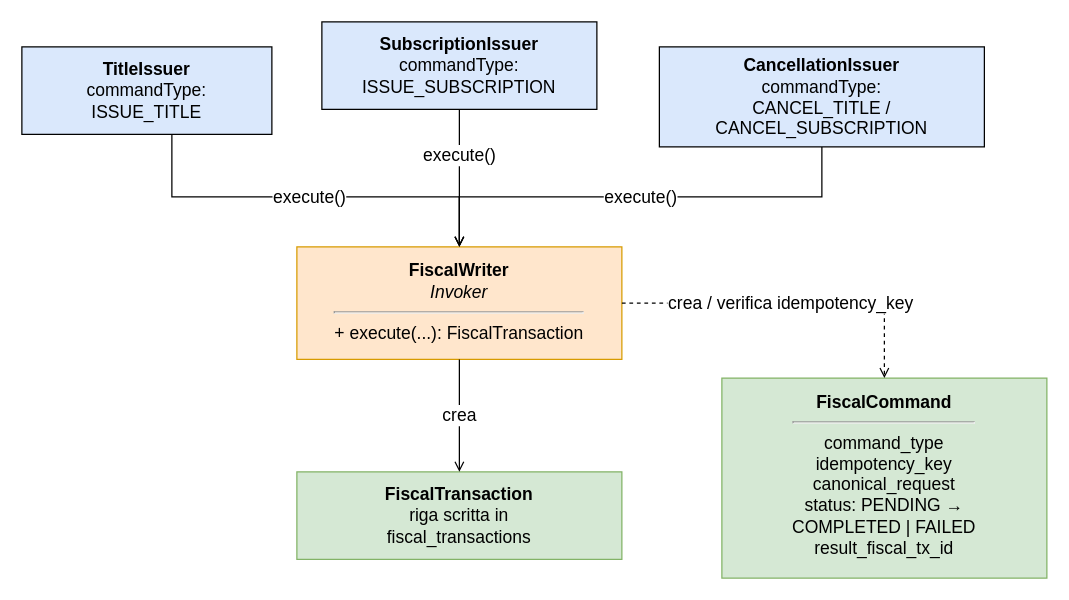
Above: page "command" (18 of 18) of img/diagrams/drawer.drawio in Leddosja/thesis-EdisHodja (draw.io), before the change. Source tidied: cells renumbered, new cells numbered last; positions are measured from the earlier drawing's top-left corner, leaving out a move shared by most shapes. Both pictures are drawn from the tidied source at 125%, with x=0, y=0 at pixel (21, 21).
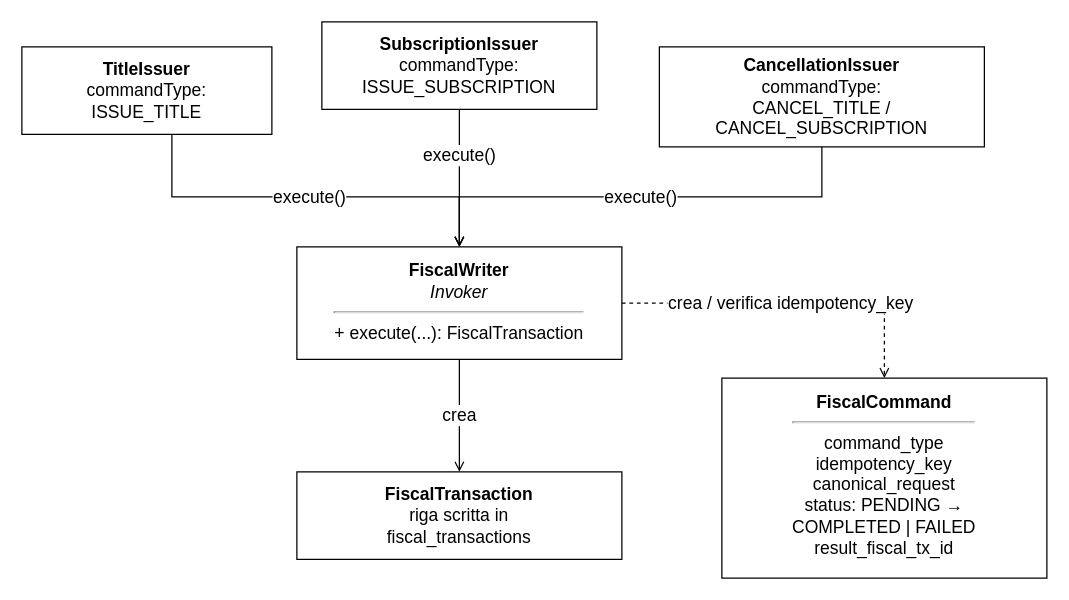
Above is the later version.

Change to the diagram source:
```diff
@@
 <mxGraphModel>
   <root>
     <mxCell id="0" />
     <mxCell id="1" parent="0" />
-    <mxCell id="2" value="&lt;b&gt;TitleIssuer&lt;/b&gt;&lt;br&gt;commandType:&lt;br&gt;ISSUE_TITLE" style="rounded=0;whiteSpace=wrap;html=1;align=center;verticalAlign=middle;fontSize=14;fillColor=#dae8fc;strokeColor=#000000;" parent="1" vertex="1">
+    <mxCell id="2" value="&lt;b&gt;TitleIssuer&lt;/b&gt;&lt;br&gt;commandType:&lt;br&gt;ISSUE_TITLE" style="rounded=0;whiteSpace=wrap;html=1;align=center;verticalAlign=middle;fontSize=14;fillColor=none;strokeColor=#000000;" parent="1" vertex="1">
       <mxGeometry y="20" width="200" height="70" as="geometry" />
     </mxCell>
-    <mxCell id="3" value="&lt;b&gt;SubscriptionIssuer&lt;/b&gt;&lt;br&gt;commandType:&lt;br&gt;ISSUE_SUBSCRIPTION" style="rounded=0;whiteSpace=wrap;html=1;align=center;verticalAlign=middle;fontSize=14;fillColor=#dae8fc;strokeColor=#000000;" parent="1" vertex="1">
+    <mxCell id="3" value="&lt;b&gt;SubscriptionIssuer&lt;/b&gt;&lt;br&gt;commandType:&lt;br&gt;ISSUE_SUBSCRIPTION" style="rounded=0;whiteSpace=wrap;html=1;align=center;verticalAlign=middle;fontSize=14;fillColor=none;strokeColor=#000000;" parent="1" vertex="1">
       <mxGeometry x="240" width="220" height="70" as="geometry" />
     </mxCell>
-    <mxCell id="4" value="&lt;b&gt;CancellationIssuer&lt;/b&gt;&lt;br&gt;commandType:&lt;br&gt;CANCEL_TITLE /&lt;br&gt;CANCEL_SUBSCRIPTION" style="rounded=0;whiteSpace=wrap;html=1;align=center;verticalAlign=middle;fontSize=14;fillColor=#dae8fc;strokeColor=#000000;" parent="1" vertex="1">
+    <mxCell id="4" value="&lt;b&gt;CancellationIssuer&lt;/b&gt;&lt;br&gt;commandType:&lt;br&gt;CANCEL_TITLE /&lt;br&gt;CANCEL_SUBSCRIPTION" style="rounded=0;whiteSpace=wrap;html=1;align=center;verticalAlign=middle;fontSize=14;fillColor=none;strokeColor=#000000;" parent="1" vertex="1">
       <mxGeometry x="510" y="20" width="260" height="80" as="geometry" />
     </mxCell>
-    <mxCell id="5" value="&lt;b&gt;FiscalWriter&lt;/b&gt;&lt;br&gt;&lt;i&gt;Invoker&lt;/i&gt;&lt;hr&gt;+ execute(...): FiscalTransaction" style="rounded=0;whiteSpace=wrap;html=1;align=center;verticalAlign=top;fontSize=14;spacing=6;fillColor=#ffe6cc;strokeColor=#d79b00;" parent="1" vertex="1">
+    <mxCell id="5" value="&lt;b&gt;FiscalWriter&lt;/b&gt;&lt;br&gt;&lt;i&gt;Invoker&lt;/i&gt;&lt;hr&gt;+ execute(...): FiscalTransaction" style="rounded=0;whiteSpace=wrap;html=1;align=center;verticalAlign=top;fontSize=14;spacing=6;fillColor=none;strokeColor=default;" parent="1" vertex="1">
       <mxGeometry x="220" y="180" width="260" height="90" as="geometry" />
     </mxCell>
-    <mxCell id="6" value="&lt;b&gt;FiscalCommand&lt;/b&gt;&lt;br&gt;&lt;hr&gt;command_type&lt;br&gt;idempotency_key&lt;br&gt;canonical_request&lt;br&gt;status: PENDING →&lt;br&gt;COMPLETED | FAILED&lt;br&gt;result_fiscal_tx_id" style="rounded=0;whiteSpace=wrap;html=1;align=center;verticalAlign=top;fontSize=14;spacing=6;fillColor=#d5e8d4;strokeColor=#82b366;" parent="1" vertex="1">
+    <mxCell id="6" value="&lt;b&gt;FiscalCommand&lt;/b&gt;&lt;br&gt;&lt;hr&gt;command_type&lt;br&gt;idempotency_key&lt;br&gt;canonical_request&lt;br&gt;status: PENDING →&lt;br&gt;COMPLETED | FAILED&lt;br&gt;result_fiscal_tx_id" style="rounded=0;whiteSpace=wrap;html=1;align=center;verticalAlign=top;fontSize=14;spacing=6;fillColor=none;strokeColor=default;" parent="1" vertex="1">
       <mxGeometry x="560" y="285" width="260" height="160" as="geometry" />
     </mxCell>
-    <mxCell id="7" value="&lt;b&gt;FiscalTransaction&lt;/b&gt;&lt;br&gt;riga scritta in&lt;br&gt;fiscal_transactions" style="rounded=0;whiteSpace=wrap;html=1;align=center;verticalAlign=middle;fontSize=14;fillColor=#d5e8d4;strokeColor=#82b366;" parent="1" vertex="1">
+    <mxCell id="7" value="&lt;b&gt;FiscalTransaction&lt;/b&gt;&lt;br&gt;riga scritta in&lt;br&gt;fiscal_transactions" style="rounded=0;whiteSpace=wrap;html=1;align=center;verticalAlign=middle;fontSize=14;fillColor=none;strokeColor=default;" parent="1" vertex="1">
       <mxGeometry x="220" y="360" width="260" height="70" as="geometry" />
     </mxCell>
     <mxCell id="8" value="execute()" style="edgeStyle=orthogonalEdgeStyle;rounded=0;html=1;fontSize=14;endArrow=open;elbow=vertical;" parent="1" edge="1" source="2" target="5">
       <mxGeometry relative="1" as="geometry">
         <Array as="points">
           <mxPoint x="120" y="140" />
           <mxPoint x="350" y="140" />
         </Array>
       </mxGeometry>
     </mxCell>
     <mxCell id="9" value="execute()" style="edgeStyle=orthogonalEdgeStyle;rounded=0;html=1;fontSize=14;endArrow=open;elbow=vertical;" parent="1" edge="1" source="3" target="5">
       <mxGeometry x="-0.33" relative="1" as="geometry" />
     </mxCell>
     <mxCell id="10" value="execute()" style="edgeStyle=orthogonalEdgeStyle;rounded=0;html=1;fontSize=14;endArrow=open;elbow=vertical;" parent="1" edge="1" source="4" target="5">
       <mxGeometry relative="1" as="geometry">
         <Array as="points">
           <mxPoint x="640" y="140" />
           <mxPoint x="350" y="140" />
         </Array>
       </mxGeometry>
     </mxCell>
     <mxCell id="11" value="crea / verifica idempotency_key" style="edgeStyle=orthogonalEdgeStyle;rounded=0;html=1;fontSize=14;endArrow=open;dashed=1;" parent="1" edge="1" source="5" target="6">
       <mxGeometry relative="1" as="geometry" />
     </mxCell>
     <mxCell id="12" value="crea" style="edgeStyle=orthogonalEdgeStyle;rounded=0;html=1;fontSize=14;endArrow=open;elbow=vertical;" parent="1" edge="1" source="5" target="7">
       <mxGeometry relative="1" as="geometry" />
     </mxCell>
   </root>
 </mxGraphModel>
```
